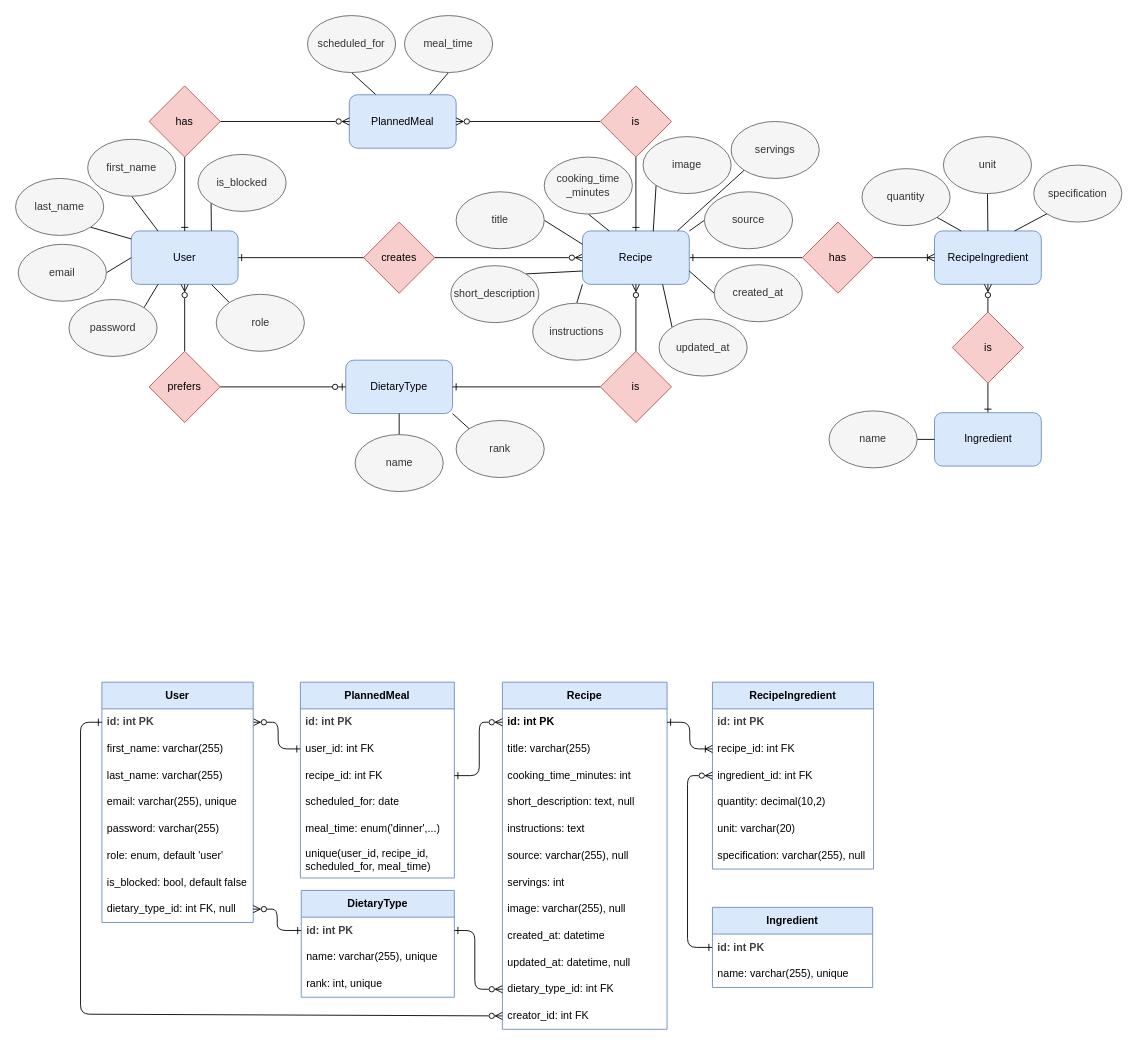
The draw.io diagram docs/erd/erd.drawio in ClaudiaLingenhoel/meal-planner, before the edit. Source tidied: cells renumbered, new cells numbered last; positions are measured from the earlier drawing's top-left corner, leaving out a move shared by most shapes. Both pictures are drawn from the tidied source at 89%, with x=0, y=0 at pixel (15, 15).
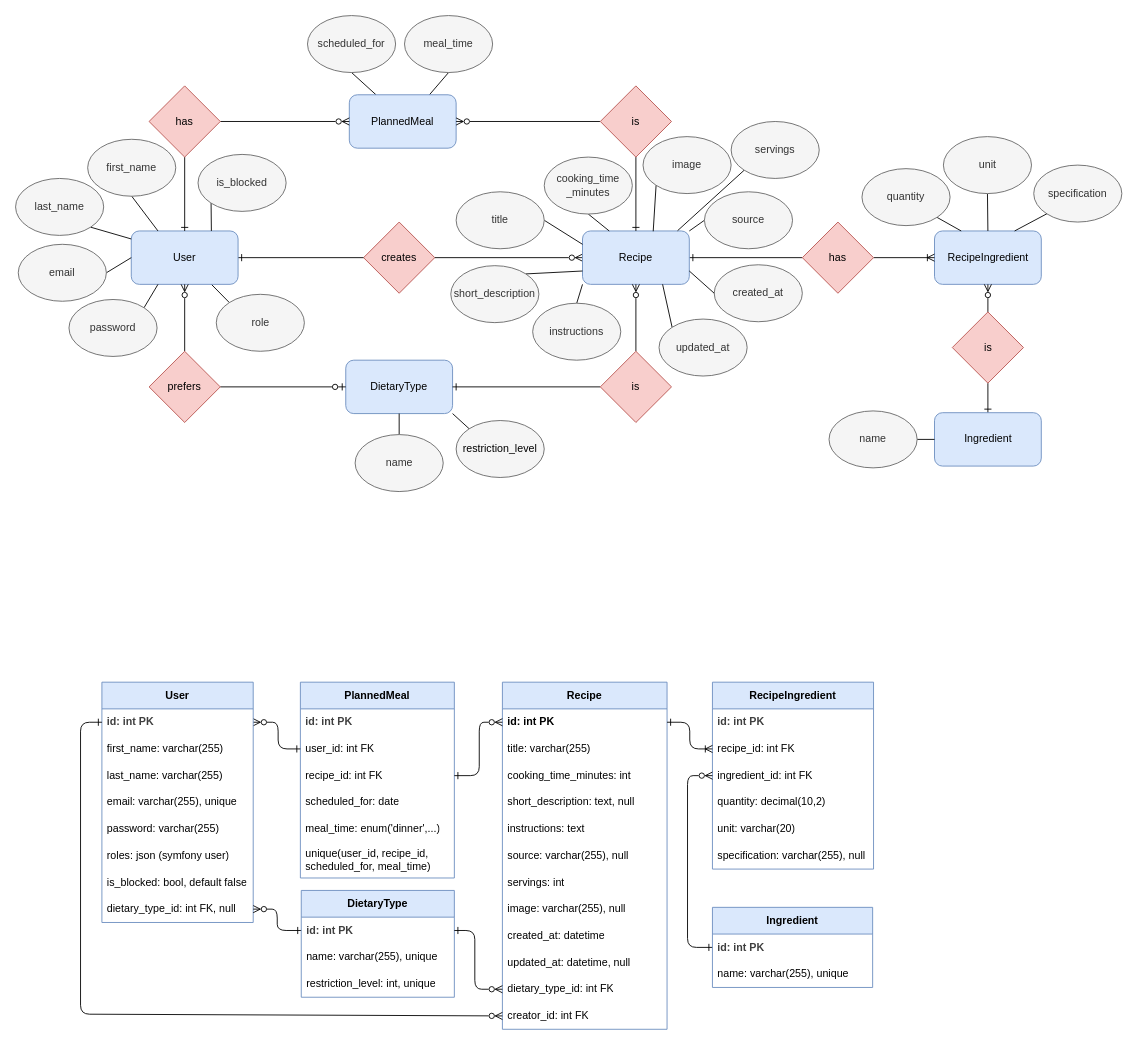
After the change.

The change refers to these unchanged cells:
```xml
<mxCell id="99" value="&lt;b&gt;User&lt;/b&gt;" style="swimlane;fontStyle=0;horizontal=1;startSize=30;whiteSpace=wrap;html=1;fillColor=#dae8fc;strokeColor=#6c8ebf;" parent="1" vertex="1">
  <mxGeometry x="97" y="749" width="170" height="270" as="geometry" />
</mxCell>
<mxCell id="109" value="&lt;b&gt;DietaryType&lt;/b&gt;" style="swimlane;fontStyle=0;horizontal=1;startSize=30;whiteSpace=wrap;html=1;fillColor=#dae8fc;strokeColor=#6c8ebf;" parent="1" vertex="1">
  <mxGeometry x="321" y="983" width="172" height="120" as="geometry" />
</mxCell>
```

The edit, as a diff of the source:
```diff
@@
-    <mxCell id="66" value="rank" style="ellipse;whiteSpace=wrap;html=1;fillColor=#f5f5f5;fontColor=#333333;strokeColor=#666666;" parent="1" vertex="1">
+    <mxCell id="66" value="&lt;span style=&quot;color: rgb(0, 0, 0); text-align: left;&quot;&gt;restriction_level&lt;/span&gt;" style="ellipse;whiteSpace=wrap;html=1;fillColor=#f5f5f5;fontColor=#333333;strokeColor=#666666;" parent="1" vertex="1">
       <mxGeometry x="495" y="455" width="99" height="64" as="geometry" />
     </mxCell>
@@
-    <mxCell id="105" value="&lt;span style=&quot;color: rgb(0, 0, 0);&quot;&gt;role: enum, default 'user'&lt;/span&gt;" style="text;strokeColor=none;fillColor=none;align=left;verticalAlign=middle;spacingLeft=4;spacingRight=4;overflow=hidden;whiteSpace=wrap;html=1;" parent="99" vertex="1">
+    <mxCell id="105" value="&lt;span style=&quot;color: rgb(0, 0, 0);&quot;&gt;roles: json (symfony user)&lt;/span&gt;" style="text;strokeColor=none;fillColor=none;align=left;verticalAlign=middle;spacingLeft=4;spacingRight=4;overflow=hidden;whiteSpace=wrap;html=1;" parent="99" vertex="1">
       <mxGeometry y="180" width="170" height="30" as="geometry" />
     </mxCell>
@@
-    <mxCell id="112" value="rank: int, unique" style="text;strokeColor=none;fillColor=none;align=left;verticalAlign=middle;spacingLeft=4;spacingRight=4;overflow=hidden;whiteSpace=wrap;html=1;" parent="109" vertex="1">
+    <mxCell id="112" value="restriction_level: int, unique" style="text;strokeColor=none;fillColor=none;align=left;verticalAlign=middle;spacingLeft=4;spacingRight=4;overflow=hidden;whiteSpace=wrap;html=1;" parent="109" vertex="1">
       <mxGeometry y="90" width="172" height="30" as="geometry" />
     </mxCell>
```
